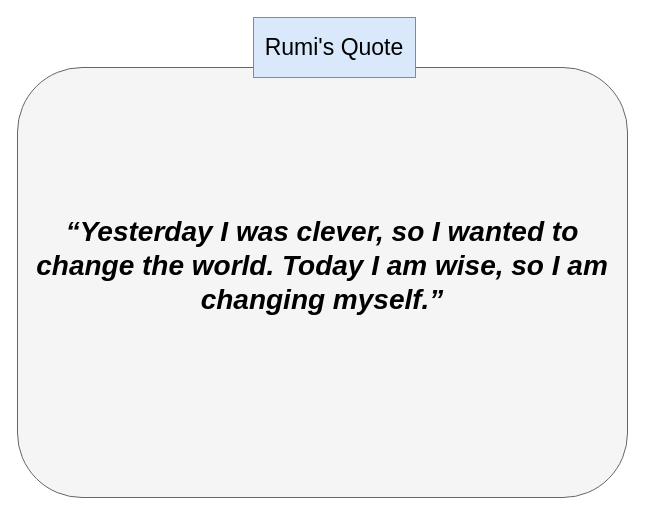
Above: page "Rumi Quota" (4 of 4) of Session 1.drawio in raminux/diagrams (draw.io), before the change. Source tidied: cells renumbered, new cells numbered last; positions are measured from the earlier drawing's top-left corner, leaving out a move shared by most shapes. Both pictures are drawn from the tidied source at 100%, with x=0, y=0 at pixel (17, 17).
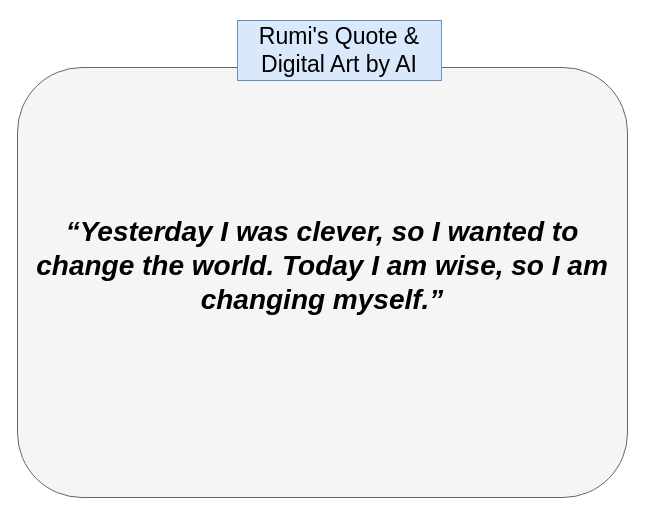
The same diagram, later.

What changed in the source:
```diff
@@
 <mxGraphModel>
   <root>
     <mxCell id="0" />
     <mxCell id="1" parent="0" />
     <mxCell id="2" value="&lt;em style=&quot;font-size: 28px; background-color: initial; box-sizing: border-box; touch-action: manipulation;&quot;&gt;&lt;font color=&quot;#000000&quot;&gt;&lt;b&gt;“Yesterday I was clever, so I wanted to change the world. Today I am wise, so I am changing myself.”&lt;/b&gt;&lt;/font&gt;&lt;/em&gt;&lt;br&gt;&lt;span style=&quot;background-color: rgb(39, 40, 34); color: rgb(166, 226, 46); font-family: &amp;quot;Droid Sans Mono&amp;quot;, &amp;quot;monospace&amp;quot;, monospace; font-size: 28px; font-weight: bold;&quot;&gt;&lt;br&gt;&lt;/span&gt;" style="rounded=1;whiteSpace=wrap;html=1;fontSize=23;align=center;fillColor=#f5f5f5;fontColor=#333333;strokeColor=#666666;" parent="1" vertex="1">
       <mxGeometry y="50" width="610" height="430" as="geometry" />
     </mxCell>
-    <mxCell id="3" value="Rumi's Quote" style="rounded=0;whiteSpace=wrap;html=1;fontSize=23;fillColor=#dae8fc;strokeColor=#6c8ebf;" parent="1" vertex="1">
-      <mxGeometry x="236" width="162" height="60" as="geometry" />
+    <mxCell id="3" value="Rumi's Quote &amp;amp; Digital Art by AI" style="rounded=0;whiteSpace=wrap;html=1;fontSize=23;fillColor=#dae8fc;strokeColor=#6c8ebf;" parent="1" vertex="1">
+      <mxGeometry x="220" y="3" width="204" height="60" as="geometry" />
     </mxCell>
   </root>
 </mxGraphModel>
```
